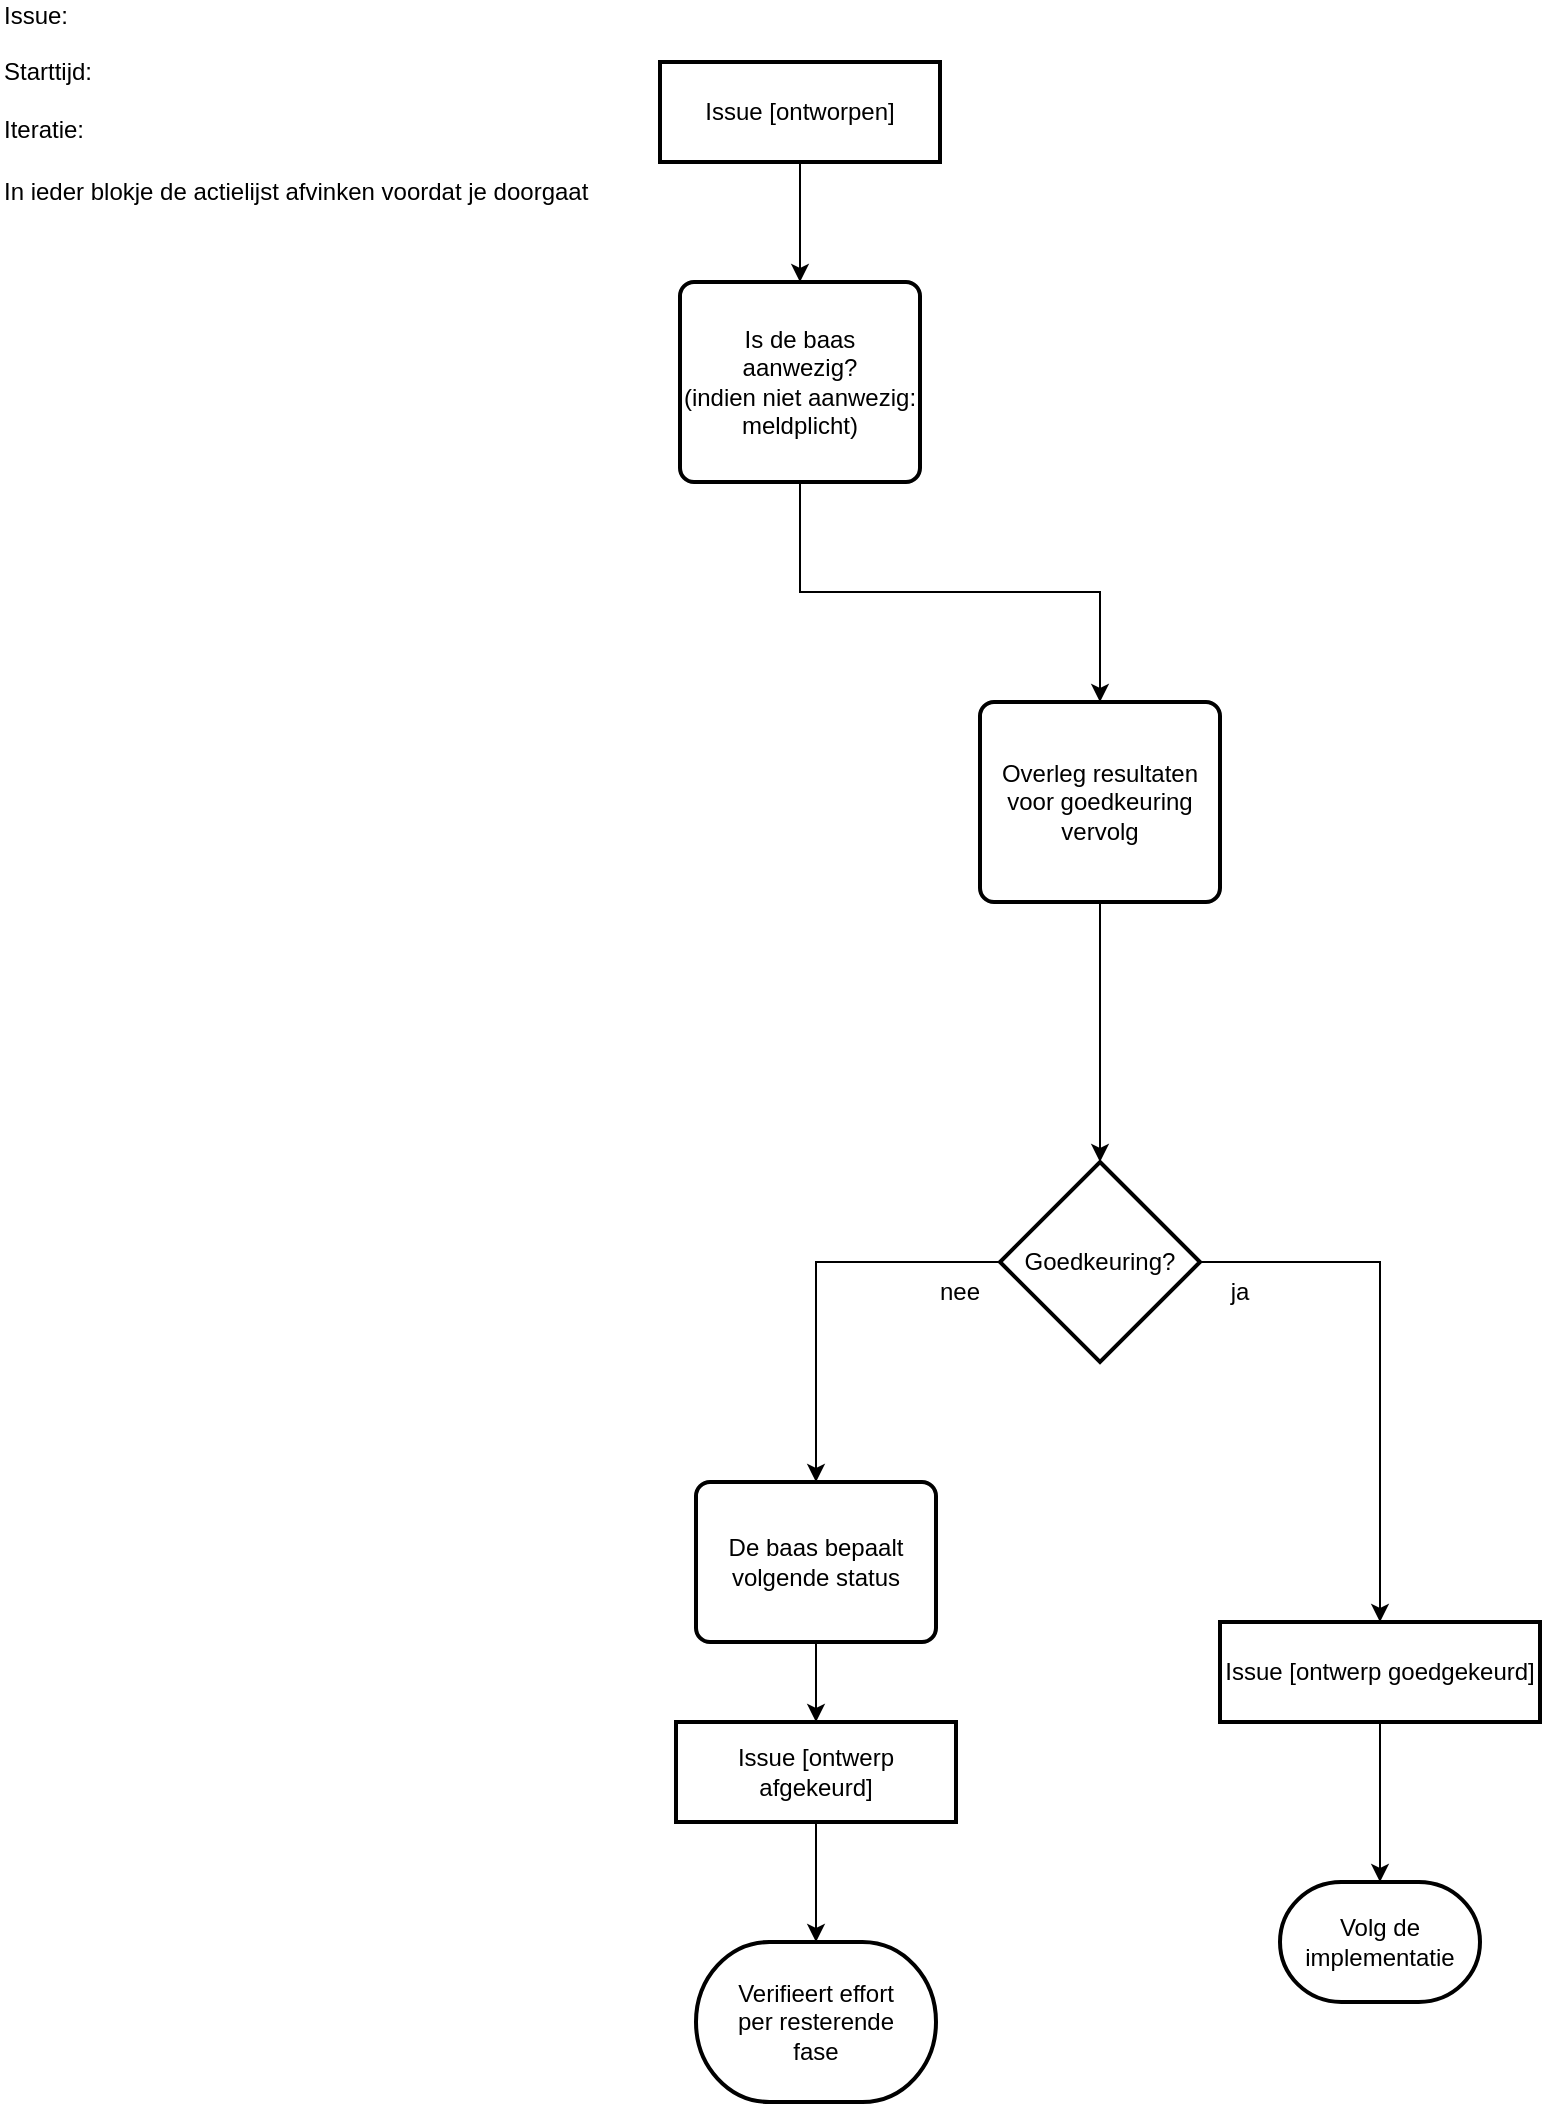
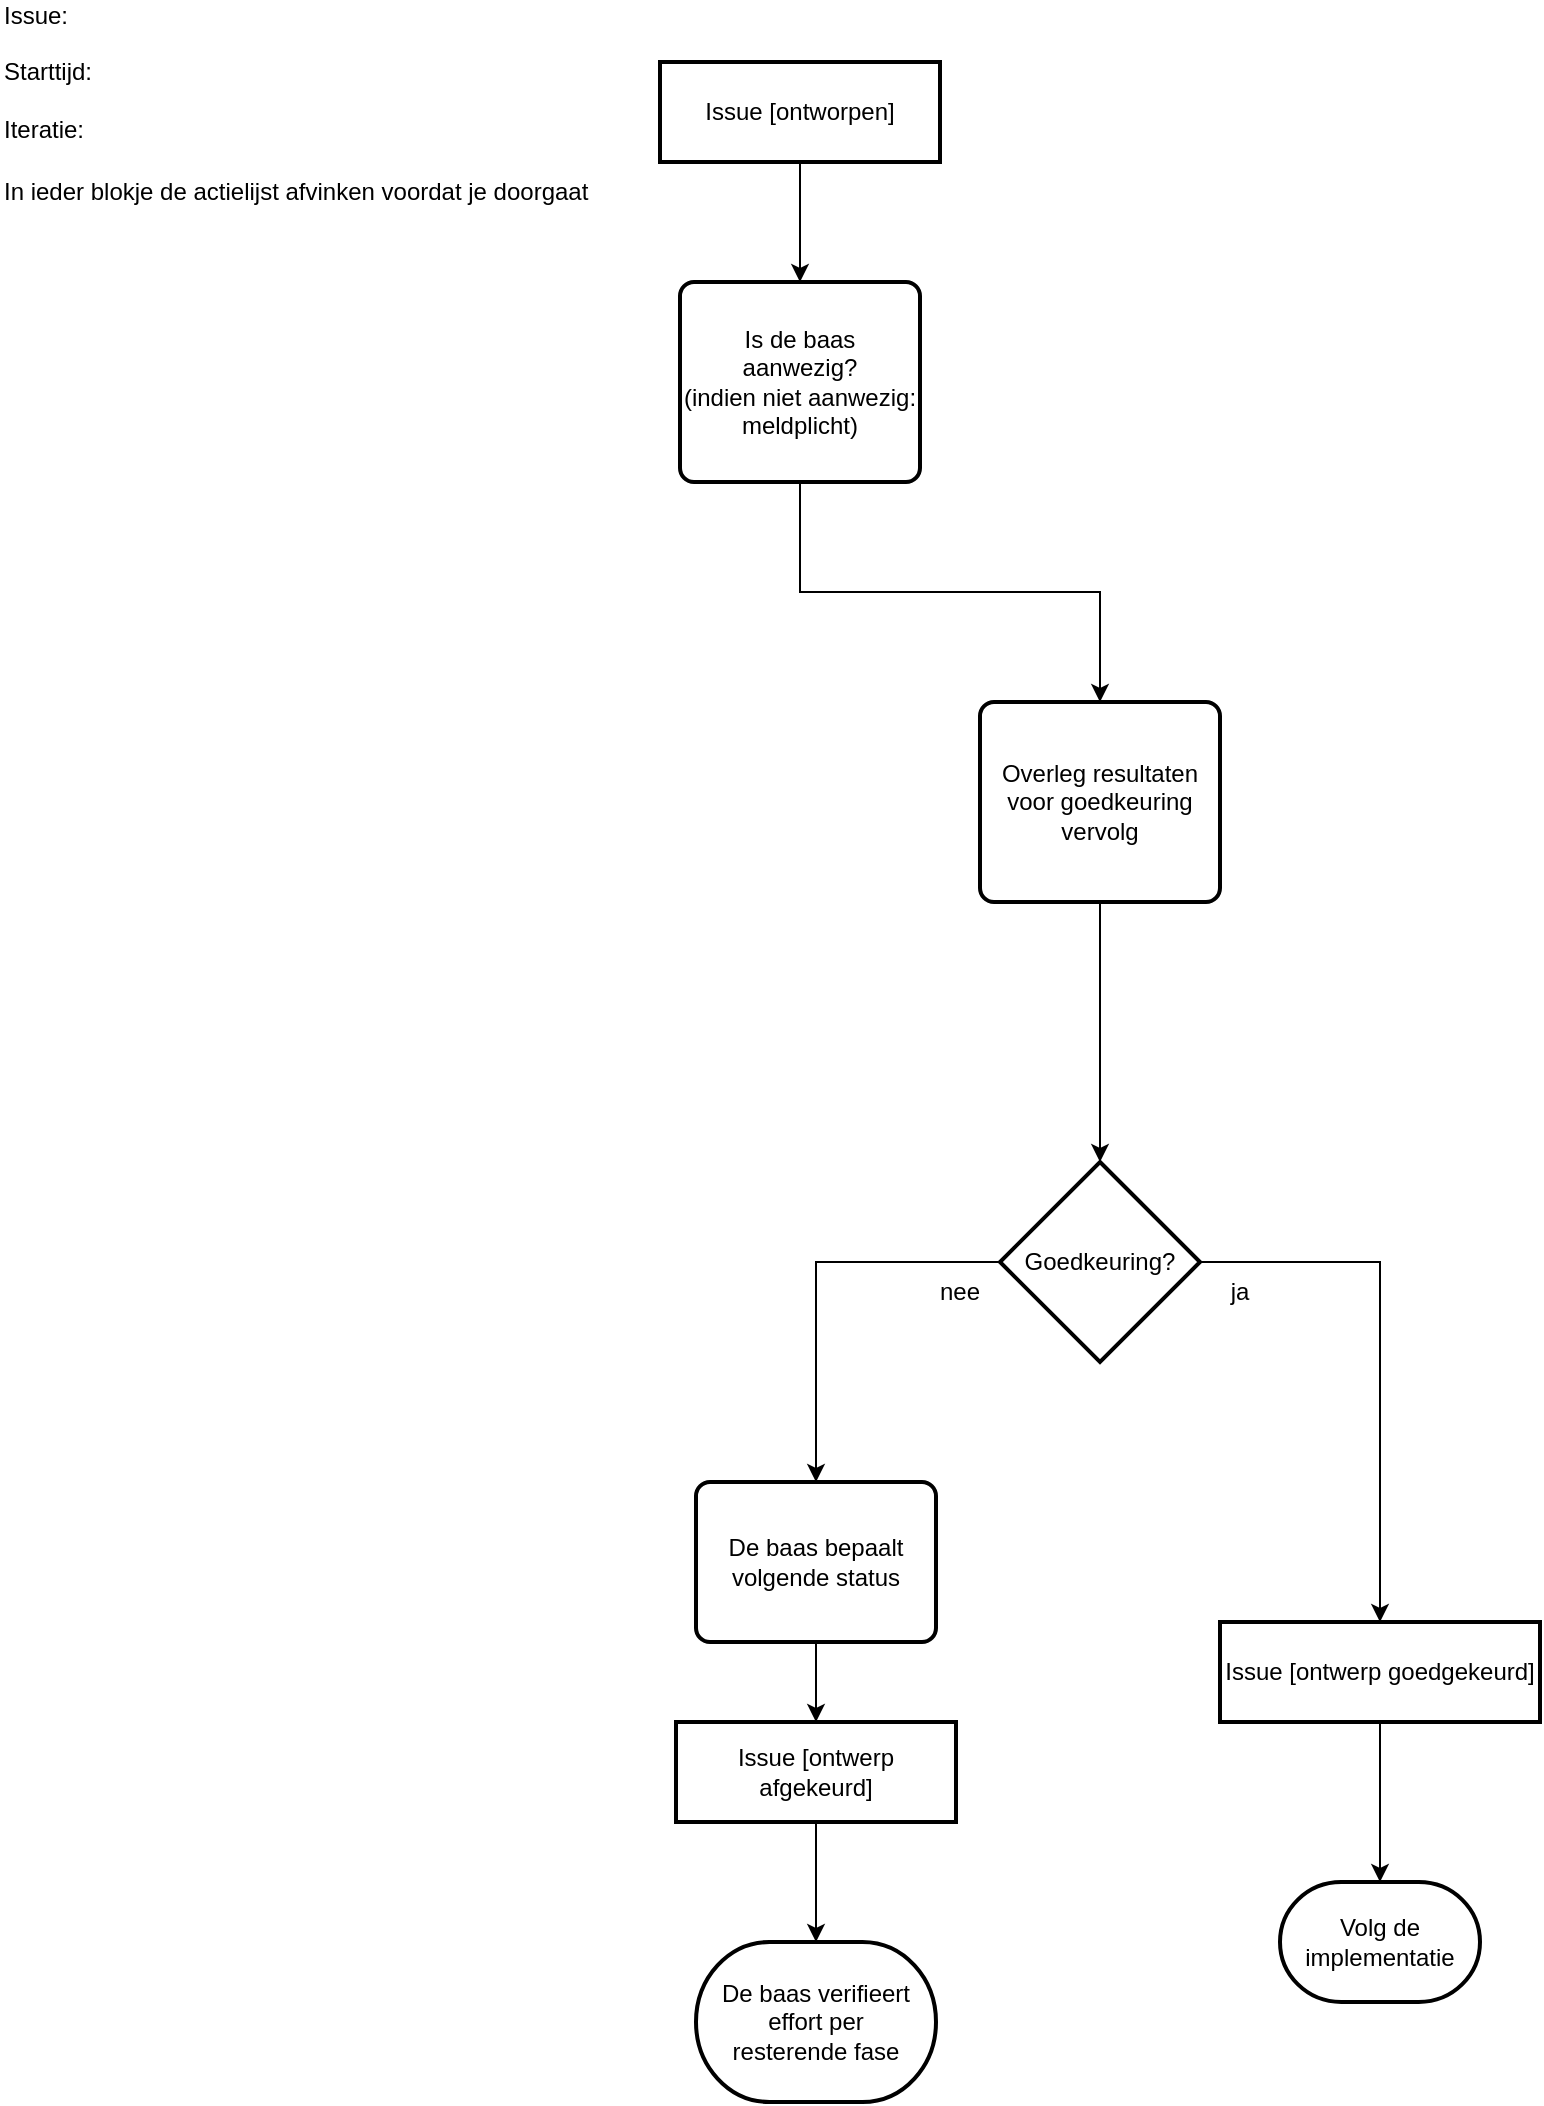
<mxfile host="Electron" agent="Mozilla/5.0 (Windows NT 10.0; Win64; x64) AppleWebKit/537.36 (KHTML, like Gecko) Chrome/143.0.0.0 Safari/537.36">
  <diagram name="Page-1" id="xUmxnnQjNxfceoNyn1dV">
    <mxGraphModel dx="842" dy="576" grid="1" gridSize="10" guides="1" tooltips="1" connect="1" arrows="1" fold="1" page="1" pageScale="1" pageWidth="827" pageHeight="1169" math="0" shadow="0">
      <root>
        <mxCell id="0" />
        <mxCell id="1" parent="0" />
        <object label="Issue [ontworpen]" Action="601" id="bfeaoe4yX_S7tX3q-7-V-26">
          <mxCell parent="1" style="rounded=0;whiteSpace=wrap;html=1;strokeWidth=2;" vertex="1">
            <mxGeometry height="50" width="140" x="340" y="40" as="geometry" />
          </mxCell>
        </object>
        <mxCell id="bfeaoe4yX_S7tX3q-7-V-27" edge="1" parent="1" source="bfeaoe4yX_S7tX3q-7-V-28" style="edgeStyle=orthogonalEdgeStyle;rounded=0;orthogonalLoop=1;jettySize=auto;html=1;exitX=0.5;exitY=1;exitDx=0;exitDy=0;entryX=0.5;entryY=0;entryDx=0;entryDy=0;" target="bfeaoe4yX_S7tX3q-7-V-33">
          <mxGeometry relative="1" as="geometry" />
        </mxCell>
        <object label="Is de baas&lt;br&gt;aanwezig?&lt;br&gt;(indien niet aanwezig:&lt;br&gt;meldplicht)" Action="602" id="bfeaoe4yX_S7tX3q-7-V-28">
          <mxCell parent="1" style="rounded=1;whiteSpace=wrap;html=1;absoluteArcSize=1;arcSize=14;strokeWidth=2;" vertex="1">
            <mxGeometry height="100" width="120" x="350" y="150" as="geometry" />
          </mxCell>
        </object>
        <mxCell id="bfeaoe4yX_S7tX3q-7-V-32" edge="1" parent="1" source="bfeaoe4yX_S7tX3q-7-V-33" style="edgeStyle=orthogonalEdgeStyle;rounded=0;orthogonalLoop=1;jettySize=auto;html=1;exitX=0.5;exitY=1;exitDx=0;exitDy=0;entryX=0.5;entryY=0;entryDx=0;entryDy=0;entryPerimeter=0;" target="bfeaoe4yX_S7tX3q-7-V-37">
          <mxGeometry relative="1" as="geometry" />
        </mxCell>
        <object label="Overleg resultaten&lt;br&gt;voor goedkeuring&lt;br&gt;vervolg" Action="604" id="bfeaoe4yX_S7tX3q-7-V-33">
          <mxCell parent="1" style="rounded=1;whiteSpace=wrap;html=1;absoluteArcSize=1;arcSize=14;strokeWidth=2;" vertex="1">
            <mxGeometry height="100" width="120" x="500" y="360" as="geometry" />
          </mxCell>
        </object>
        <object label="Goedkeuring?" Action="606" id="bfeaoe4yX_S7tX3q-7-V-37">
          <mxCell parent="1" style="strokeWidth=2;html=1;shape=mxgraph.flowchart.decision;whiteSpace=wrap;" vertex="1">
            <mxGeometry height="100" width="100" x="510" y="590" as="geometry" />
          </mxCell>
        </object>
        <object label="Volg de&lt;br&gt;implementatie" Action="606T" id="bfeaoe4yX_S7tX3q-7-V-38">
          <mxCell parent="1" style="strokeWidth=2;html=1;shape=mxgraph.flowchart.terminator;whiteSpace=wrap;" vertex="1">
            <mxGeometry height="60" width="100" x="650" y="950" as="geometry" />
          </mxCell>
        </object>
        <mxCell id="bfeaoe4yX_S7tX3q-7-V-39" edge="1" parent="1" source="bfeaoe4yX_S7tX3q-7-V-37" style="edgeStyle=orthogonalEdgeStyle;rounded=0;orthogonalLoop=1;jettySize=auto;html=1;exitX=1;exitY=0.5;exitDx=0;exitDy=0;exitPerimeter=0;entryX=0.5;entryY=0;entryDx=0;entryDy=0;" target="object_ontwerp_goedgekeurd">
          <mxGeometry relative="1" as="geometry" />
        </mxCell>
        <object label="Issue [ontwerp goedgekeurd]" id="object_ontwerp_goedgekeurd">
          <mxCell parent="1" style="rounded=0;whiteSpace=wrap;html=1;strokeWidth=2;" vertex="1">
            <mxGeometry height="50" width="160" x="620" y="820" as="geometry" />
          </mxCell>
        </object>
        <mxCell id="edge_goedgekeurd_to_terminator" edge="1" parent="1" source="object_ontwerp_goedgekeurd" style="edgeStyle=orthogonalEdgeStyle;rounded=0;orthogonalLoop=1;jettySize=auto;html=1;" target="bfeaoe4yX_S7tX3q-7-V-38" value="">
          <mxGeometry relative="1" as="geometry" />
        </mxCell>
        <mxCell id="bfeaoe4yX_S7tX3q-7-V-40" parent="1" style="text;html=1;whiteSpace=wrap;strokeColor=none;fillColor=none;align=center;verticalAlign=middle;rounded=0;" value="ja" vertex="1">
          <mxGeometry height="30" width="60" x="600" y="640" as="geometry" />
        </mxCell>
        <object label="De baas bepaalt&lt;br&gt;volgende status" Action="606F" id="bfeaoe4yX_S7tX3q-7-V-41">
          <mxCell parent="1" style="rounded=1;whiteSpace=wrap;html=1;absoluteArcSize=1;arcSize=14;strokeWidth=2;" vertex="1">
            <mxGeometry height="80" width="120" x="358" y="750" as="geometry" />
          </mxCell>
        </object>
        <mxCell id="bfeaoe4yX_S7tX3q-7-V-42" edge="1" parent="1" source="bfeaoe4yX_S7tX3q-7-V-37" style="edgeStyle=orthogonalEdgeStyle;rounded=0;orthogonalLoop=1;jettySize=auto;html=1;exitX=0;exitY=0.5;exitDx=0;exitDy=0;exitPerimeter=0;entryX=0.5;entryY=0;entryDx=0;entryDy=0;" target="bfeaoe4yX_S7tX3q-7-V-41">
          <mxGeometry relative="1" as="geometry" />
        </mxCell>
        <mxCell id="bfeaoe4yX_S7tX3q-7-V-43" parent="1" style="text;html=1;whiteSpace=wrap;strokeColor=none;fillColor=none;align=center;verticalAlign=middle;rounded=0;" value="nee" vertex="1">
          <mxGeometry height="30" width="60" x="460" y="640" as="geometry" />
        </mxCell>
        <mxCell id="bfeaoe4yX_S7tX3q-7-V-44" parent="1" style="text;html=1;align=left;verticalAlign=middle;whiteSpace=wrap;rounded=0;" value="Issue:&amp;nbsp; &amp;nbsp;&lt;br&gt;&lt;br&gt;Starttijd:&lt;br&gt;&lt;br&gt;Iteratie:&amp;nbsp;" vertex="1">
          <mxGeometry height="30" width="60" x="10" y="30" as="geometry" />
        </mxCell>
        <mxCell id="bfeaoe4yX_S7tX3q-7-V-45" edge="1" parent="1" source="bfeaoe4yX_S7tX3q-7-V-26" style="edgeStyle=orthogonalEdgeStyle;rounded=0;orthogonalLoop=1;jettySize=auto;html=1;exitX=0.5;exitY=1;exitDx=0;exitDy=0;exitPerimeter=0;entryX=0.5;entryY=0;entryDx=0;entryDy=0;" target="bfeaoe4yX_S7tX3q-7-V-28">
          <mxGeometry relative="1" as="geometry" />
        </mxCell>
        <mxCell id="bfeaoe4yX_S7tX3q-7-V-46" parent="1" style="text;html=1;whiteSpace=wrap;strokeColor=none;fillColor=none;align=left;verticalAlign=middle;rounded=0;labelPosition=center;verticalLabelPosition=middle;" value="In ieder blokje de actielijst afvinken voordat je doorgaat" vertex="1">
          <mxGeometry height="30" width="300" x="10" y="90" as="geometry" />
        </mxCell>
-         <object label="Verifieert effort&lt;br&gt;per resterende&lt;br&gt;fase" Action="606G" id="bfeaoe4yX_S7tX3q-7-V-51">
+         <object label="De baas verifieert&lt;br&gt;effort per&lt;br&gt;resterende fase" Action="606G" id="bfeaoe4yX_S7tX3q-7-V-51">
          <mxCell parent="1" style="strokeWidth=2;html=1;shape=mxgraph.flowchart.terminator;whiteSpace=wrap;" vertex="1">
            <mxGeometry height="80" width="120" x="358" y="980" as="geometry" />
          </mxCell>
        </object>
        <mxCell id="bfeaoe4yX_S7tX3q-7-V-52" edge="1" parent="1" source="bfeaoe4yX_S7tX3q-7-V-41" style="edgeStyle=orthogonalEdgeStyle;rounded=0;orthogonalLoop=1;jettySize=auto;html=1;exitX=0.5;exitY=1;exitDx=0;exitDy=0;entryX=0.5;entryY=0;entryDx=0;entryDy=0;" target="object_ontwerp_afgekeurd">
          <mxGeometry relative="1" as="geometry" />
        </mxCell>
        <object label="Issue [ontwerp afgekeurd]" id="object_ontwerp_afgekeurd">
          <mxCell parent="1" style="rounded=0;whiteSpace=wrap;html=1;strokeWidth=2;" vertex="1">
            <mxGeometry height="50" width="140" x="348" y="870" as="geometry" />
          </mxCell>
        </object>
        <mxCell id="edge_afgekeurd_to_terminator" edge="1" parent="1" source="object_ontwerp_afgekeurd" style="edgeStyle=orthogonalEdgeStyle;rounded=0;orthogonalLoop=1;jettySize=auto;html=1;" target="bfeaoe4yX_S7tX3q-7-V-51" value="">
          <mxGeometry relative="1" as="geometry" />
        </mxCell>
      </root>
    </mxGraphModel>
  </diagram>
</mxfile>
